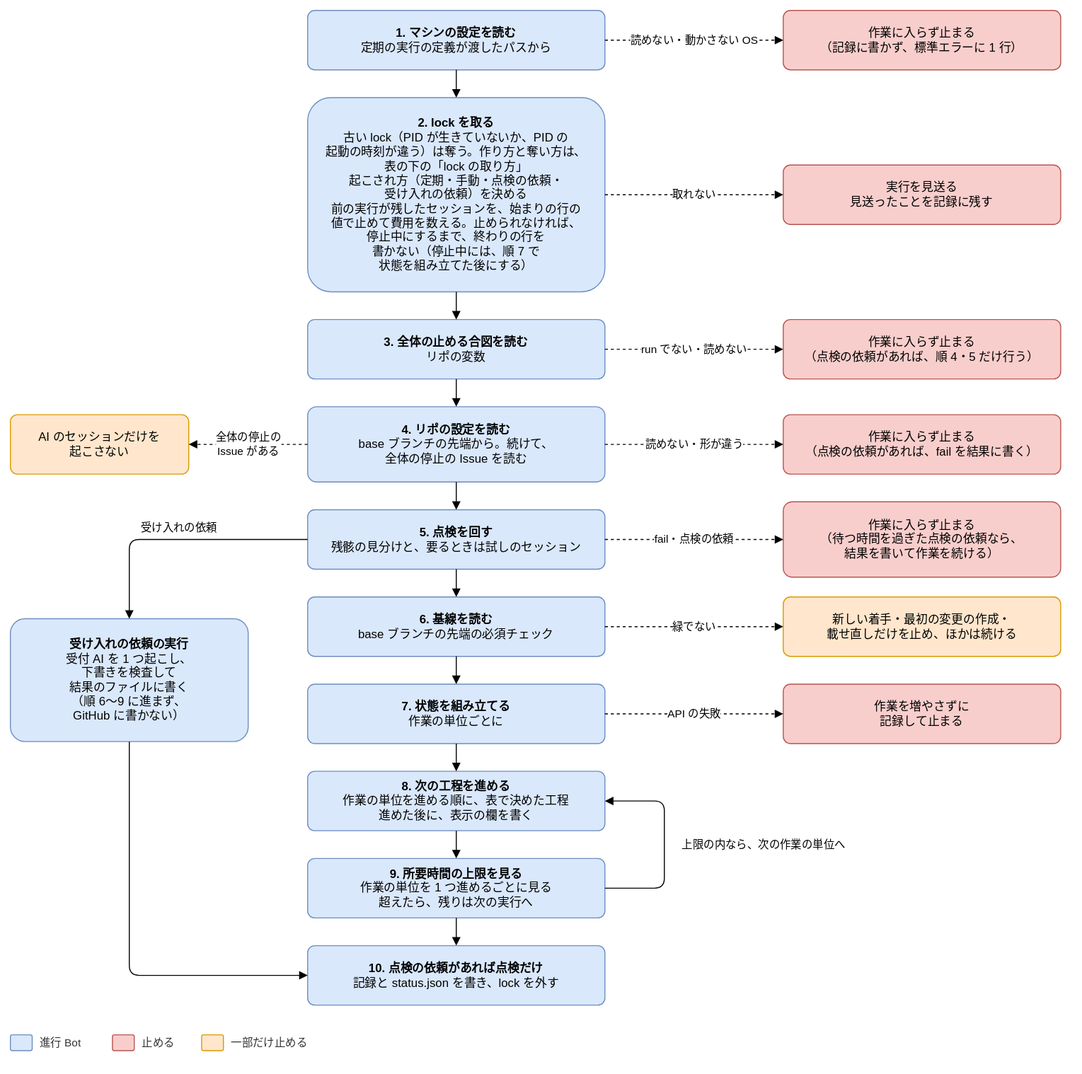
This is docs/design/basic/diagrams/02-run-flow.drawio.svg from Joymerrevent/dev-autopilot, a draw.io export, as it was before one commit. Source tidied: cells renumbered, new cells last; positions are measured from the earlier drawing's top-left corner, leaving out a move shared by most shapes.
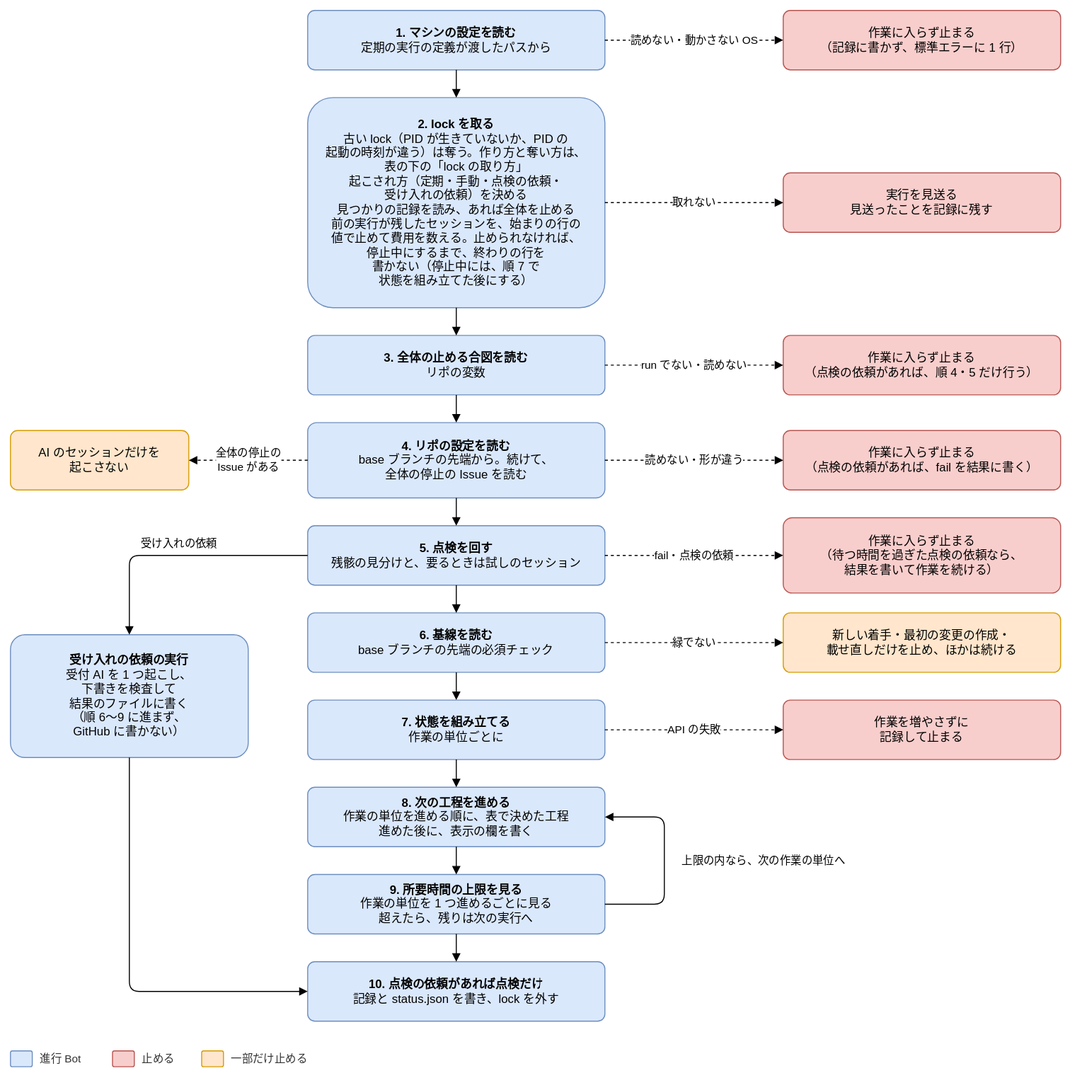
Later version of the same file.

The edit, as a diff of the source:
```diff
@@ -3,22 +3,22 @@
     <mxCell id="0" />
     <mxCell id="1" parent="0" />
     <mxCell id="2" value="&lt;b&gt;1. マシンの設定を読む&lt;/b&gt;&lt;br&gt;定期の実行の定義が渡したパスから" style="rounded=1;whiteSpace=wrap;html=1;fontSize=12;arcSize=12;spacing=12;fillColor=#dae8fc;strokeColor=#6c8ebf;" parent="1" vertex="1">
-      <mxGeometry x="300" width="300" height="60" as="geometry" />
+      <mxGeometry x="300" y="-16" width="300" height="60" as="geometry" />
     </mxCell>
     <mxCell id="3" value="作業に入らず止まる&lt;br&gt;（記録に書かず、標準エラーに 1 行）" style="rounded=1;whiteSpace=wrap;html=1;fontSize=12;arcSize=12;spacing=12;fillColor=#f8cecc;strokeColor=#b85450;" parent="1" vertex="1">
-      <mxGeometry x="780" width="280" height="60" as="geometry" />
+      <mxGeometry x="780" y="-16" width="280" height="60" as="geometry" />
     </mxCell>
     <mxCell id="4" value="読めない・動かさない OS" style="edgeStyle=orthogonalEdgeStyle;rounded=1;html=1;endArrow=block;endFill=1;fontSize=11;labelBackgroundColor=#ffffff;dashed=1;exitX=1;exitY=0.5;exitDx=0;exitDy=0;entryX=0;entryY=0.5;entryDx=0;entryDy=0;" parent="1" edge="1" source="2" target="3">
       <mxGeometry relative="1" as="geometry" />
     </mxCell>
-    <mxCell id="5" value="&lt;b&gt;2. lock を取る&lt;/b&gt;&lt;br&gt;古い lock（PID が生きていないか、PID の&lt;br&gt;起動の時刻が違う）は奪う。作り方と奪い方は、&lt;br&gt;表の下の「lock の取り方」&lt;br&gt;起こされ方（定期・手動・点検の依頼・&lt;br&gt;受け入れの依頼）を決める&lt;br&gt;前の実行が残したセッションを、始まりの行の&lt;br&gt;値で止めて費用を数える。止められなければ、&lt;br&gt;停止中にするまで、終わりの行を&lt;br&gt;書かない（停止中には、順 7 で&lt;br&gt;状態を組み立てた後にする）" style="rounded=1;whiteSpace=wrap;html=1;fontSize=12;arcSize=12;spacing=12;fillColor=#dae8fc;strokeColor=#6c8ebf;" parent="1" vertex="1">
-      <mxGeometry x="300" y="88" width="300" height="196" as="geometry" />
+    <mxCell id="5" value="&lt;b&gt;2. lock を取る&lt;/b&gt;&lt;br&gt;古い lock（PID が生きていないか、PID の&lt;br&gt;起動の時刻が違う）は奪う。作り方と奪い方は、&lt;br&gt;表の下の「lock の取り方」&lt;br&gt;起こされ方（定期・手動・点検の依頼・&lt;br&gt;受け入れの依頼）を決める&lt;br&gt;見つかりの記録を読み、あれば全体を止める&lt;br&gt;前の実行が残したセッションを、始まりの行の&lt;br&gt;値で止めて費用を数える。止められなければ、&lt;br&gt;停止中にするまで、終わりの行を&lt;br&gt;書かない（停止中には、順 7 で&lt;br&gt;状態を組み立てた後にする）" style="rounded=1;whiteSpace=wrap;html=1;fontSize=12;arcSize=12;spacing=12;fillColor=#dae8fc;strokeColor=#6c8ebf;" parent="1" vertex="1">
+      <mxGeometry x="300" y="72" width="300" height="212" as="geometry" />
     </mxCell>
     <mxCell id="6" style="edgeStyle=orthogonalEdgeStyle;rounded=1;html=1;endArrow=block;endFill=1;fontSize=11;labelBackgroundColor=#ffffff;exitX=0.5;exitY=1;exitDx=0;exitDy=0;entryX=0.5;entryY=0;entryDx=0;entryDy=0;" parent="1" edge="1" source="2" target="5">
       <mxGeometry relative="1" as="geometry" />
     </mxCell>
     <mxCell id="7" value="実行を見送る&lt;br&gt;見送ったことを記録に残す" style="rounded=1;whiteSpace=wrap;html=1;fontSize=12;arcSize=12;spacing=12;fillColor=#f8cecc;strokeColor=#b85450;" parent="1" vertex="1">
-      <mxGeometry x="780" y="156" width="280" height="60" as="geometry" />
+      <mxGeometry x="780" y="148" width="280" height="60" as="geometry" />
     </mxCell>
     <mxCell id="8" value="取れない" style="edgeStyle=orthogonalEdgeStyle;rounded=1;html=1;endArrow=block;endFill=1;fontSize=11;labelBackgroundColor=#ffffff;dashed=1;exitX=1;exitY=0.5;exitDx=0;exitDy=0;entryX=0;entryY=0.5;entryDx=0;entryDy=0;" parent="1" edge="1" source="5" target="7">
       <mxGeometry relative="1" as="geometry" />
```
